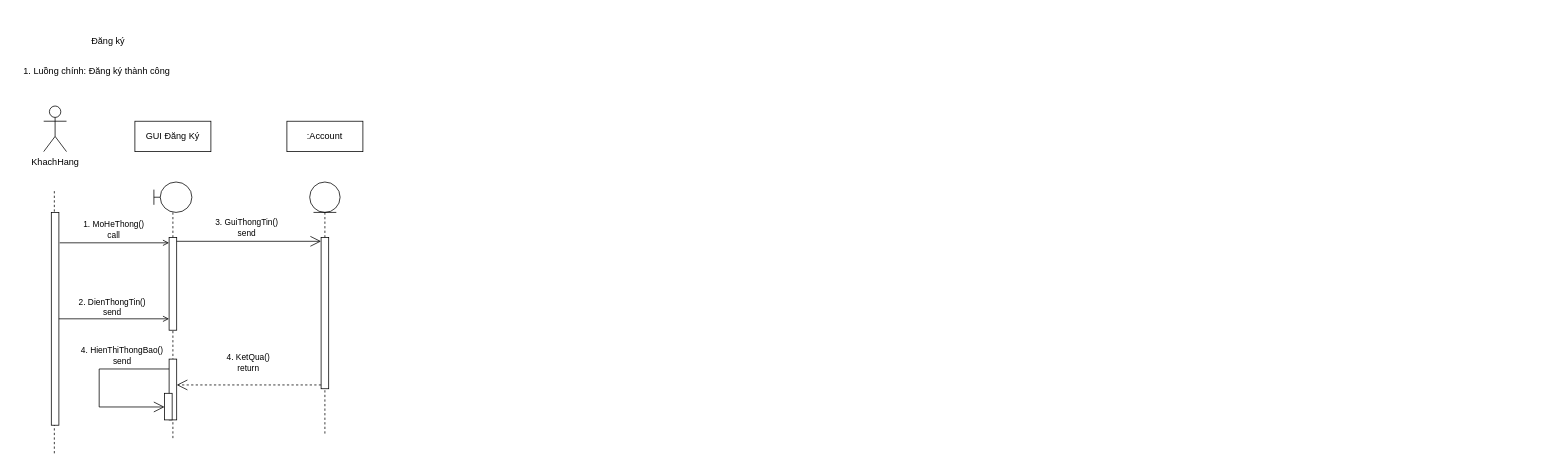
Earlier version of the draw.io diagram page "Biểu đồ trình tự" (4 of 4) of CMC/Phân tích và thiết kế hệ thống/BÀI TẬP PHÂN TÍCH THIẾT KẾ HƯỚNG ĐỐI TƯỢNG.drawio (tranthihuong-753/test). Source tidied: cells renumbered, new cells numbered last; positions are measured from the earlier drawing's top-left corner, leaving out a move shared by most shapes. Both pictures are drawn from the tidied source at 76%, with x=0, y=0 at pixel (13, 30).
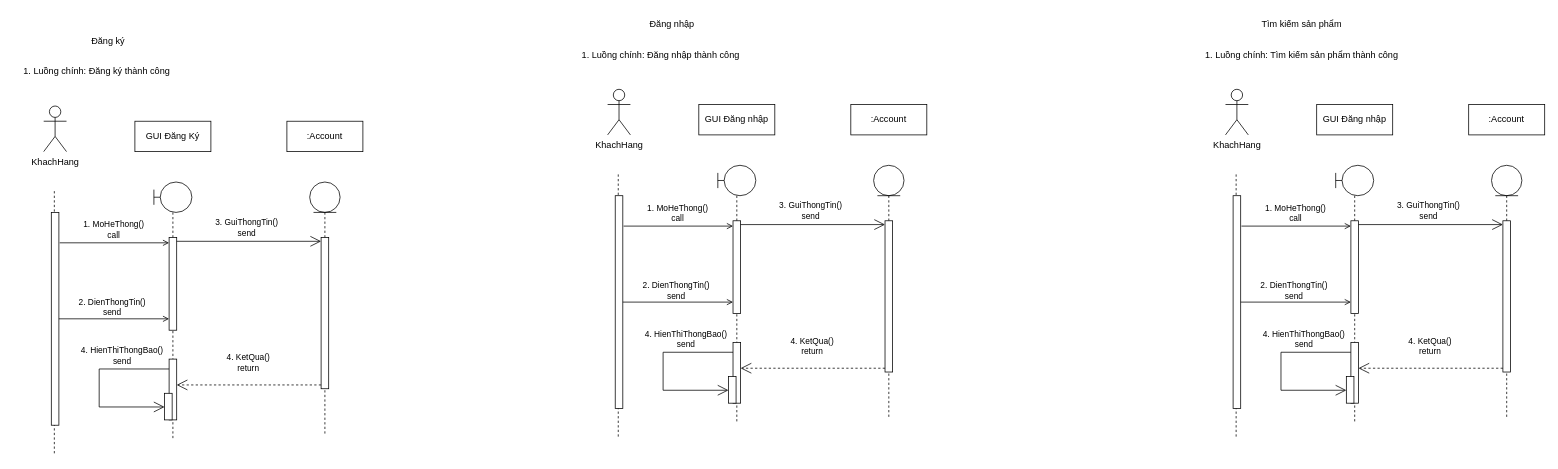
The same diagram, later.

Commit message:
Cập nhật BÀI TẬP PHÂN TÍCH THIẾT KẾ HƯỚNG ĐỐI TƯỢNG.drawio

Change to the diagram source:
```diff
@@
+    <mxCell id="20" style="endArrow=none;dashed=1;endFill=0;endSize=12;html=1;rounded=0;" parent="1" edge="1">
+      <mxGeometry relative="1" as="geometry">
+        <mxPoint x="796" y="190" as="sourcePoint" />
+        <mxPoint x="796" y="537" as="targetPoint" />
+      </mxGeometry>
+    </mxCell>
+    <mxCell id="21" value="Đăng nhập" style="text;html=1;align=center;verticalAlign=middle;whiteSpace=wrap;rounded=0;" parent="1" vertex="1">
+      <mxGeometry x="822" y="-22" width="90" height="30" as="geometry" />
+    </mxCell>
+    <mxCell id="22" value="1. Luồng chính: Đăng nhập thành công" style="text;html=1;align=center;verticalAlign=middle;whiteSpace=wrap;rounded=0;" parent="1" vertex="1">
+      <mxGeometry x="742" y="18" width="220" height="30" as="geometry" />
+    </mxCell>
+    <mxCell id="23" value="KhachHang" style="shape=umlActor;verticalLabelPosition=bottom;verticalAlign=top;html=1;" parent="1" vertex="1">
+      <mxGeometry x="782" y="78" width="30" height="60" as="geometry" />
+    </mxCell>
+    <mxCell id="24" value="GUI Đăng nhập" style="html=1;whiteSpace=wrap;" parent="1" vertex="1">
+      <mxGeometry x="902" y="98" width="100" height="40" as="geometry" />
+    </mxCell>
+    <mxCell id="25" value=":Account" style="html=1;whiteSpace=wrap;" parent="1" vertex="1">
+      <mxGeometry x="1102" y="98" width="100" height="40" as="geometry" />
+    </mxCell>
+    <mxCell id="26" style="shape=umlLifeline;perimeter=lifelinePerimeter;whiteSpace=wrap;html=1;newEdgeStyle={&quot;curved&quot;:0,&quot;rounded&quot;:0};participant=umlBoundary;" parent="1" vertex="1">
+      <mxGeometry x="927" y="178" width="50" height="337" as="geometry" />
+    </mxCell>
+    <mxCell id="27" style="html=1;points=[[0,0,0,0,5],[0,1,0,0,-5],[1,0,0,0,5],[1,1,0,0,-5]];perimeter=orthogonalPerimeter;outlineConnect=0;targetShapes=umlLifeline;portConstraint=eastwest;newEdgeStyle={&quot;curved&quot;:0,&quot;rounded&quot;:0};" parent="26" vertex="1">
+      <mxGeometry x="20" y="73" width="10" height="122" as="geometry" />
+    </mxCell>
+    <mxCell id="28" style="html=1;points=[[0,0,0,0,5],[0,1,0,0,-5],[1,0,0,0,5],[1,1,0,0,-5]];perimeter=orthogonalPerimeter;outlineConnect=0;targetShapes=umlLifeline;portConstraint=eastwest;newEdgeStyle={&quot;curved&quot;:0,&quot;rounded&quot;:0};" parent="26" vertex="1">
+      <mxGeometry x="20" y="233" width="10" height="80" as="geometry" />
+    </mxCell>
+    <mxCell id="29" style="html=1;points=[[0,0,0,0,5],[0,1,0,0,-5],[1,0,0,0,5],[1,1,0,0,-5]];perimeter=orthogonalPerimeter;outlineConnect=0;targetShapes=umlLifeline;portConstraint=eastwest;newEdgeStyle={&quot;curved&quot;:0,&quot;rounded&quot;:0};" parent="26" vertex="1">
+      <mxGeometry x="14" y="278" width="10" height="35" as="geometry" />
+    </mxCell>
+    <mxCell id="30" value="4. HienThiThongBao()&lt;div&gt;send&lt;/div&gt;" style="endArrow=open;endFill=1;endSize=12;html=1;rounded=0;edgeStyle=orthogonalEdgeStyle;" parent="26" edge="1" source="28" target="29">
+      <mxGeometry x="-0.46" y="-17" relative="1" as="geometry">
+        <Array as="points">
+          <mxPoint x="-72" y="246" />
+          <mxPoint x="-72" y="296" />
+        </Array>
+      </mxGeometry>
+    </mxCell>
+    <mxCell id="31" style="html=1;points=[[0,0,0,0,5],[0,1,0,0,-5],[1,0,0,0,5],[1,1,0,0,-5]];perimeter=orthogonalPerimeter;outlineConnect=0;targetShapes=umlLifeline;portConstraint=eastwest;newEdgeStyle={&quot;curved&quot;:0,&quot;rounded&quot;:0};" parent="1" vertex="1">
+      <mxGeometry x="792" y="218" width="10" height="280" as="geometry" />
+    </mxCell>
+    <mxCell id="32" style="shape=umlLifeline;perimeter=lifelinePerimeter;whiteSpace=wrap;html=1;newEdgeStyle={&quot;curved&quot;:0,&quot;rounded&quot;:0};participant=umlEntity;" parent="1" vertex="1">
+      <mxGeometry x="1132" y="178" width="40" height="334" as="geometry" />
+    </mxCell>
+    <mxCell id="33" style="html=1;points=[[0,0,0,0,5],[0,1,0,0,-5],[1,0,0,0,5],[1,1,0,0,-5]];perimeter=orthogonalPerimeter;outlineConnect=0;targetShapes=umlLifeline;portConstraint=eastwest;newEdgeStyle={&quot;curved&quot;:0,&quot;rounded&quot;:0};" parent="32" vertex="1">
+      <mxGeometry x="15" y="73" width="10" height="199" as="geometry" />
+    </mxCell>
+    <mxCell id="34" value="1. MoHeThong()&lt;div&gt;call&lt;/div&gt;" style="endArrow=open;html=1;rounded=0;endFill=0;" parent="1" edge="1" target="27">
+      <mxGeometry x="-0.01" y="17" relative="1" as="geometry">
+        <mxPoint x="803" y="258" as="sourcePoint" />
+      </mxGeometry>
+    </mxCell>
+    <mxCell id="35" value="2. DienThongTin()&lt;div&gt;send&lt;/div&gt;" style="endArrow=open;html=1;rounded=0;endFill=0;" parent="1" edge="1" source="31" target="27">
+      <mxGeometry x="-0.04" y="15" relative="1" as="geometry" />
+    </mxCell>
+    <mxCell id="36" value="3. GuiThongTin()&lt;div&gt;send&lt;/div&gt;" style="endArrow=open;endFill=1;endSize=12;html=1;rounded=0;exitX=1;exitY=0;exitDx=0;exitDy=5;exitPerimeter=0;" parent="1" edge="1" source="27" target="33">
+      <mxGeometry x="-0.03" y="18" relative="1" as="geometry" />
+    </mxCell>
+    <mxCell id="37" value="4. KetQua()&lt;div&gt;return&lt;/div&gt;" style="endArrow=open;endSize=12;dashed=1;html=1;rounded=0;exitX=0;exitY=1;exitDx=0;exitDy=-5;exitPerimeter=0;" parent="1" edge="1" source="33">
+      <mxGeometry x="0.01" y="-29" relative="1" as="geometry">
+        <mxPoint x="957" y="445" as="targetPoint" />
+      </mxGeometry>
+    </mxCell>
+    <mxCell id="38" style="endArrow=none;dashed=1;endFill=0;endSize=12;html=1;rounded=0;" parent="1" edge="1">
+      <mxGeometry relative="1" as="geometry">
+        <mxPoint x="1609" y="190" as="sourcePoint" />
+        <mxPoint x="1609" y="537" as="targetPoint" />
+      </mxGeometry>
+    </mxCell>
+    <mxCell id="39" value="Tìm kiếm sản phẩm" style="text;html=1;align=center;verticalAlign=middle;whiteSpace=wrap;rounded=0;" parent="1" vertex="1">
+      <mxGeometry x="1635" y="-22" width="121" height="30" as="geometry" />
+    </mxCell>
+    <mxCell id="40" value="1. Luồng chính: Tìm kiếm sản phẩm thành công" style="text;html=1;align=center;verticalAlign=middle;whiteSpace=wrap;rounded=0;" parent="1" vertex="1">
+      <mxGeometry x="1555" y="18" width="281" height="30" as="geometry" />
+    </mxCell>
+    <mxCell id="41" value="KhachHang" style="shape=umlActor;verticalLabelPosition=bottom;verticalAlign=top;html=1;" parent="1" vertex="1">
+      <mxGeometry x="1595" y="78" width="30" height="60" as="geometry" />
+    </mxCell>
+    <mxCell id="42" value="GUI Đăng nhập" style="html=1;whiteSpace=wrap;" parent="1" vertex="1">
+      <mxGeometry x="1715" y="98" width="100" height="40" as="geometry" />
+    </mxCell>
+    <mxCell id="43" value=":Account" style="html=1;whiteSpace=wrap;" parent="1" vertex="1">
+      <mxGeometry x="1915" y="98" width="100" height="40" as="geometry" />
+    </mxCell>
+    <mxCell id="44" style="shape=umlLifeline;perimeter=lifelinePerimeter;whiteSpace=wrap;html=1;newEdgeStyle={&quot;curved&quot;:0,&quot;rounded&quot;:0};participant=umlBoundary;" parent="1" vertex="1">
+      <mxGeometry x="1740" y="178" width="50" height="337" as="geometry" />
+    </mxCell>
+    <mxCell id="45" style="html=1;points=[[0,0,0,0,5],[0,1,0,0,-5],[1,0,0,0,5],[1,1,0,0,-5]];perimeter=orthogonalPerimeter;outlineConnect=0;targetShapes=umlLifeline;portConstraint=eastwest;newEdgeStyle={&quot;curved&quot;:0,&quot;rounded&quot;:0};" parent="44" vertex="1">
+      <mxGeometry x="20" y="73" width="10" height="122" as="geometry" />
+    </mxCell>
+    <mxCell id="46" style="html=1;points=[[0,0,0,0,5],[0,1,0,0,-5],[1,0,0,0,5],[1,1,0,0,-5]];perimeter=orthogonalPerimeter;outlineConnect=0;targetShapes=umlLifeline;portConstraint=eastwest;newEdgeStyle={&quot;curved&quot;:0,&quot;rounded&quot;:0};" parent="44" vertex="1">
+      <mxGeometry x="20" y="233" width="10" height="80" as="geometry" />
+    </mxCell>
+    <mxCell id="47" style="html=1;points=[[0,0,0,0,5],[0,1,0,0,-5],[1,0,0,0,5],[1,1,0,0,-5]];perimeter=orthogonalPerimeter;outlineConnect=0;targetShapes=umlLifeline;portConstraint=eastwest;newEdgeStyle={&quot;curved&quot;:0,&quot;rounded&quot;:0};" parent="44" vertex="1">
+      <mxGeometry x="14" y="278" width="10" height="35" as="geometry" />
+    </mxCell>
+    <mxCell id="48" value="4. HienThiThongBao()&lt;div&gt;send&lt;/div&gt;" style="endArrow=open;endFill=1;endSize=12;html=1;rounded=0;edgeStyle=orthogonalEdgeStyle;" parent="44" edge="1" source="46" target="47">
+      <mxGeometry x="-0.46" y="-17" relative="1" as="geometry">
+        <Array as="points">
+          <mxPoint x="-72" y="246" />
+          <mxPoint x="-72" y="296" />
+        </Array>
+      </mxGeometry>
+    </mxCell>
+    <mxCell id="49" style="html=1;points=[[0,0,0,0,5],[0,1,0,0,-5],[1,0,0,0,5],[1,1,0,0,-5]];perimeter=orthogonalPerimeter;outlineConnect=0;targetShapes=umlLifeline;portConstraint=eastwest;newEdgeStyle={&quot;curved&quot;:0,&quot;rounded&quot;:0};" parent="1" vertex="1">
+      <mxGeometry x="1605" y="218" width="10" height="280" as="geometry" />
+    </mxCell>
+    <mxCell id="50" style="shape=umlLifeline;perimeter=lifelinePerimeter;whiteSpace=wrap;html=1;newEdgeStyle={&quot;curved&quot;:0,&quot;rounded&quot;:0};participant=umlEntity;" parent="1" vertex="1">
+      <mxGeometry x="1945" y="178" width="40" height="334" as="geometry" />
+    </mxCell>
+    <mxCell id="51" style="html=1;points=[[0,0,0,0,5],[0,1,0,0,-5],[1,0,0,0,5],[1,1,0,0,-5]];perimeter=orthogonalPerimeter;outlineConnect=0;targetShapes=umlLifeline;portConstraint=eastwest;newEdgeStyle={&quot;curved&quot;:0,&quot;rounded&quot;:0};" parent="50" vertex="1">
+      <mxGeometry x="15" y="73" width="10" height="199" as="geometry" />
+    </mxCell>
+    <mxCell id="52" value="1. MoHeThong()&lt;div&gt;call&lt;/div&gt;" style="endArrow=open;html=1;rounded=0;endFill=0;" parent="1" edge="1" target="45">
+      <mxGeometry x="-0.01" y="17" relative="1" as="geometry">
+        <mxPoint x="1616" y="258" as="sourcePoint" />
+      </mxGeometry>
+    </mxCell>
+    <mxCell id="53" value="2. DienThongTin()&lt;div&gt;send&lt;/div&gt;" style="endArrow=open;html=1;rounded=0;endFill=0;" parent="1" edge="1" source="49" target="45">
+      <mxGeometry x="-0.04" y="15" relative="1" as="geometry" />
+    </mxCell>
+    <mxCell id="54" value="3. GuiThongTin()&lt;div&gt;send&lt;/div&gt;" style="endArrow=open;endFill=1;endSize=12;html=1;rounded=0;exitX=1;exitY=0;exitDx=0;exitDy=5;exitPerimeter=0;" parent="1" edge="1" source="45" target="51">
+      <mxGeometry x="-0.03" y="18" relative="1" as="geometry" />
+    </mxCell>
+    <mxCell id="55" value="4. KetQua()&lt;div&gt;return&lt;/div&gt;" style="endArrow=open;endSize=12;dashed=1;html=1;rounded=0;exitX=0;exitY=1;exitDx=0;exitDy=-5;exitPerimeter=0;" parent="1" edge="1" source="51">
+      <mxGeometry x="0.01" y="-29" relative="1" as="geometry">
+        <mxPoint x="1770" y="445" as="targetPoint" />
+      </mxGeometry>
+    </mxCell>
```
